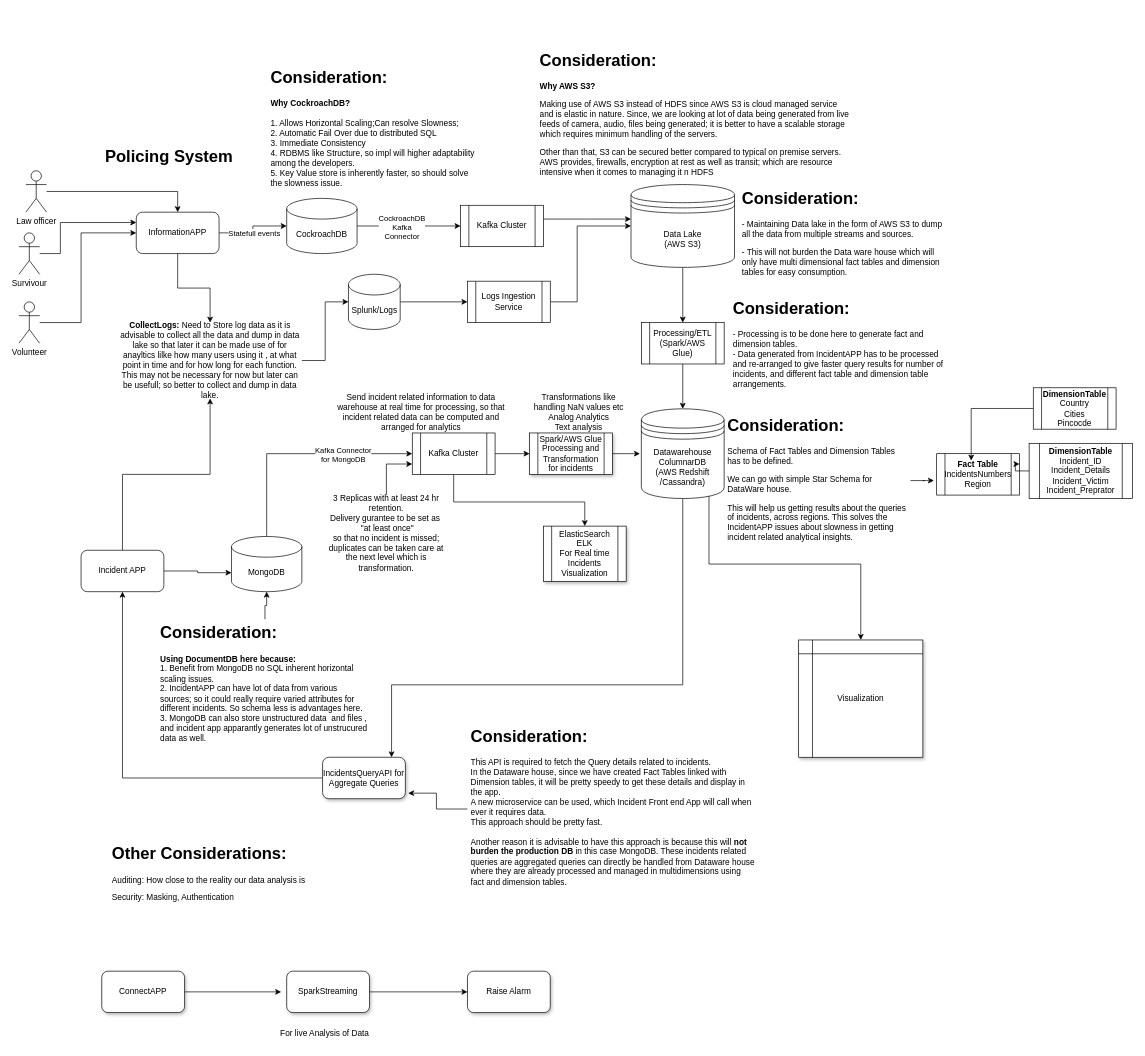
The draw.io diagram page "Page-1" (2 of 5) of DataPipelineDiagram.drawio in akashdktyagi/BigDataNotes, before the edit. Source tidied: cells renumbered, new cells numbered last; positions are measured from the earlier drawing's top-left corner, leaving out a move shared by most shapes. Both pictures are drawn from the tidied source at 69%, with x=0, y=0 at pixel (19, 46).
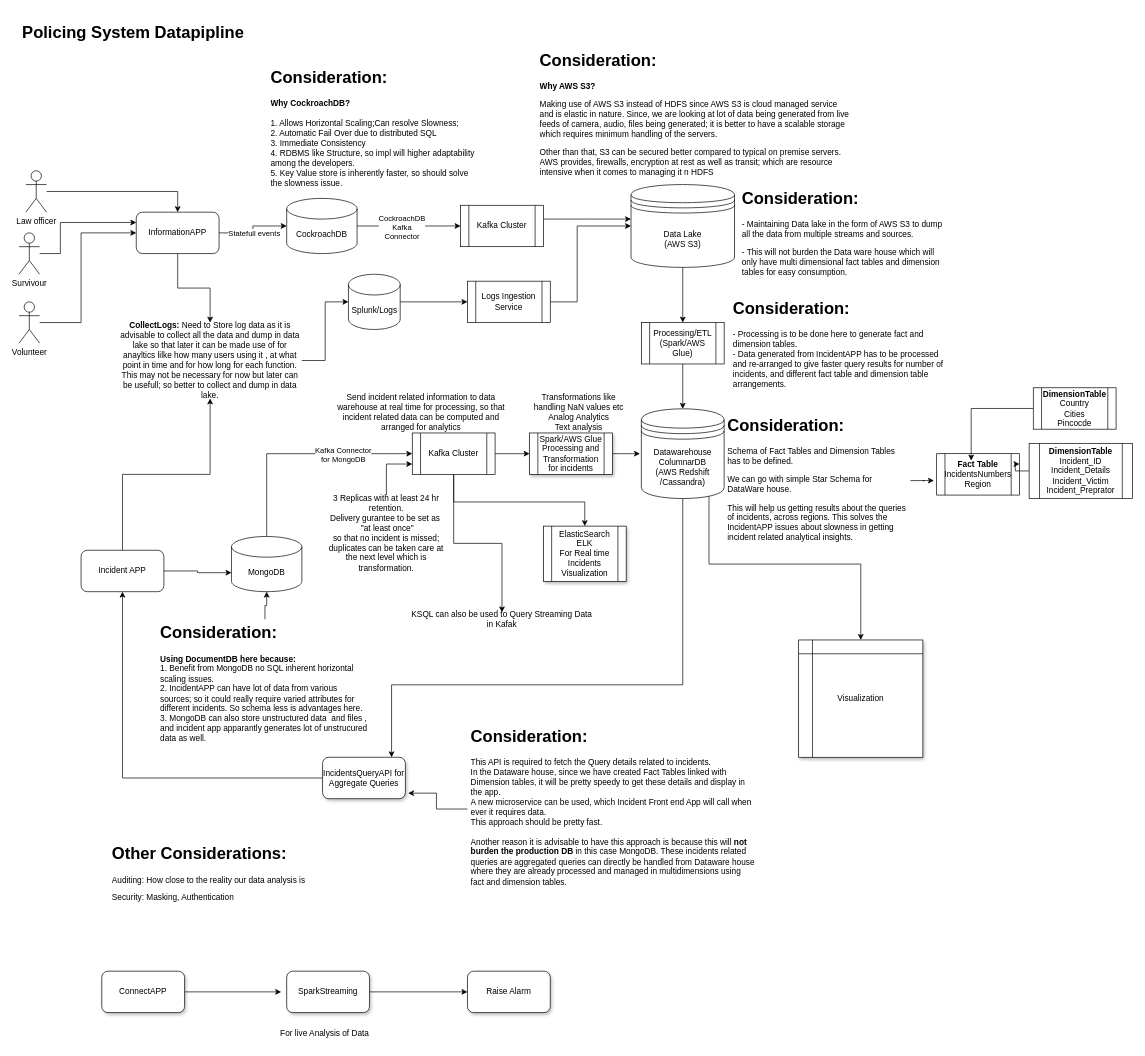
Above is the later version.

The change refers to these unchanged cells:
```xml
<mxCell id="52" value="Kafka Cluster" style="shape=process;whiteSpace=wrap;html=1;backgroundOutline=1;" parent="1" vertex="1">
  <mxGeometry x="570" y="560" width="120" height="60" as="geometry" />
</mxCell>
```

What changed in the source:
```diff
@@
-    <mxCell id="6" value="&lt;h1&gt;Policing System&lt;/h1&gt;" style="text;html=1;strokeColor=none;fillColor=none;spacing=5;spacingTop=-20;whiteSpace=wrap;overflow=hidden;rounded=0;" parent="1" vertex="1">
-      <mxGeometry x="120" y="140" width="370" height="40" as="geometry" />
+    <mxCell id="6" value="&lt;h1&gt;Policing System Datapipline&lt;/h1&gt;" style="text;html=1;strokeColor=none;fillColor=none;spacing=5;spacingTop=-20;whiteSpace=wrap;overflow=hidden;rounded=0;" parent="1" vertex="1">
+      <mxGeometry y="-40" width="370" height="40" as="geometry" />
     </mxCell>
@@
+    <mxCell id="72" style="edgeStyle=orthogonalEdgeStyle;rounded=0;jettySize=auto;html=1;" parent="1" edge="1" source="52" target="73">
+      <mxGeometry relative="1" as="geometry" />
+    </mxCell>
@@
+    <mxCell id="73" value="KSQL can also be used to Query Streaming Data in Kafak" style="text;html=1;strokeColor=none;fillColor=none;align=center;verticalAlign=middle;whiteSpace=wrap;rounded=0;shadow=1;" parent="1" vertex="1">
+      <mxGeometry x="565" y="820" width="270" height="20" as="geometry" />
+    </mxCell>
```
